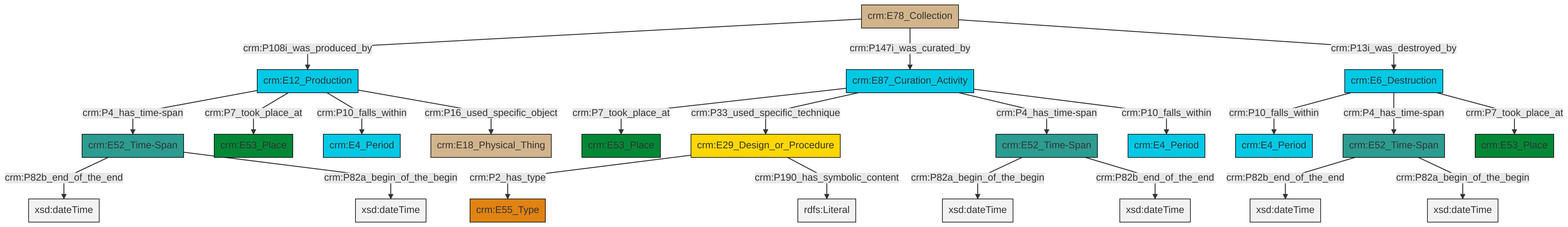
The Mermaid diagram et/archivalCSV/ttl/mmd/png/archival_existence.png in swiss-art-research-net/docs.swissartresearch, before a commit. Its source is kept beside it as et/archivalCSV/ttl/mmd/archival_existence.ttl.mmd.
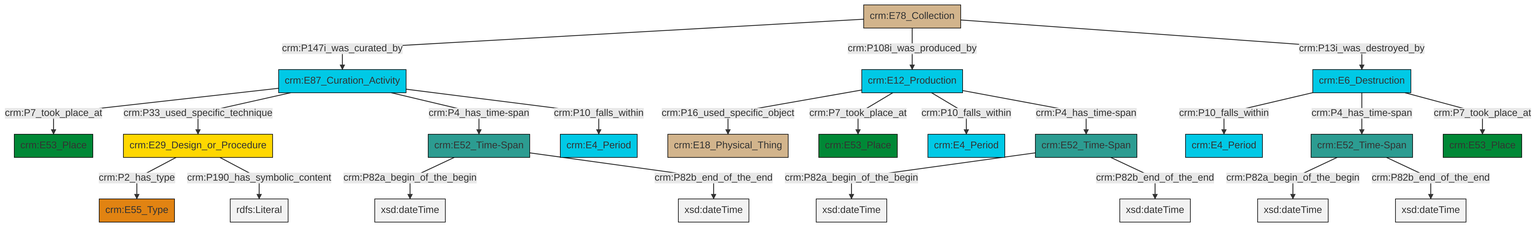
After the commit.

The edit, as a diff of the source:
```diff
@@ -13,25 +13,25 @@
 classDef PC_Classes fill:#4ce600, stroke:#000000;
 classDef Multi fill:#cccccc,stroke:#000000;
 
-0["crm:E12_Production"]:::Temporal_Entity -->|crm:P4_has_time-span| 1["crm:E52_Time-Span"]:::Time-Span
-0["crm:E12_Production"]:::Temporal_Entity -->|crm:P7_took_place_at| 2["crm:E53_Place"]:::Place
-9["crm:E29_Design_or_Procedure"]:::Conceptual_Object -->|crm:P2_has_type| 10["crm:E55_Type"]:::Type
-7["crm:E78_Collection"]:::Physical_Thing -->|crm:P108i_was_produced_by| 0["crm:E12_Production"]:::Temporal_Entity
-1["crm:E52_Time-Span"]:::Time-Span -->|crm:P82b_end_of_the_end| 12[xsd:dateTime]:::Literal
-13["crm:E52_Time-Span"]:::Time-Span -->|crm:P82b_end_of_the_end| 14[xsd:dateTime]:::Literal
-9["crm:E29_Design_or_Procedure"]:::Conceptual_Object -->|crm:P190_has_symbolic_content| 16[rdfs:Literal]:::Literal
-0["crm:E12_Production"]:::Temporal_Entity -->|crm:P10_falls_within| 5["crm:E4_Period"]:::Temporal_Entity
-19["crm:E87_Curation_Activity"]:::Temporal_Entity -->|crm:P7_took_place_at| 20["crm:E53_Place"]:::Place
-3["crm:E52_Time-Span"]:::Time-Span -->|crm:P82a_begin_of_the_begin| 21[xsd:dateTime]:::Literal
-0["crm:E12_Production"]:::Temporal_Entity -->|crm:P16_used_specific_object| 22["crm:E18_Physical_Thing"]:::Physical_Thing
-23["crm:E6_Destruction"]:::Temporal_Entity -->|crm:P10_falls_within| 24["crm:E4_Period"]:::Temporal_Entity
-19["crm:E87_Curation_Activity"]:::Temporal_Entity -->|crm:P33_used_specific_technique| 9["crm:E29_Design_or_Procedure"]:::Conceptual_Object
-19["crm:E87_Curation_Activity"]:::Temporal_Entity -->|crm:P4_has_time-span| 3["crm:E52_Time-Span"]:::Time-Span
-7["crm:E78_Collection"]:::Physical_Thing -->|crm:P147i_was_curated_by| 19["crm:E87_Curation_Activity"]:::Temporal_Entity
-23["crm:E6_Destruction"]:::Temporal_Entity -->|crm:P4_has_time-span| 13["crm:E52_Time-Span"]:::Time-Span
-19["crm:E87_Curation_Activity"]:::Temporal_Entity -->|crm:P10_falls_within| 17["crm:E4_Period"]:::Temporal_Entity
-3["crm:E52_Time-Span"]:::Time-Span -->|crm:P82b_end_of_the_end| 32[xsd:dateTime]:::Literal
-1["crm:E52_Time-Span"]:::Time-Span -->|crm:P82a_begin_of_the_begin| 33[xsd:dateTime]:::Literal
-13["crm:E52_Time-Span"]:::Time-Span -->|crm:P82a_begin_of_the_begin| 34[xsd:dateTime]:::Literal
-23["crm:E6_Destruction"]:::Temporal_Entity -->|crm:P7_took_place_at| 35["crm:E53_Place"]:::Place
-7["crm:E78_Collection"]:::Physical_Thing -->|crm:P13i_was_destroyed_by| 23["crm:E6_Destruction"]:::Temporal_Entity
+0["crm:E12_Production"]:::Temporal_Entity -->|crm:P16_used_specific_object| 1["crm:E18_Physical_Thing"]:::Physical_Thing
+2["crm:E87_Curation_Activity"]:::Temporal_Entity -->|crm:P7_took_place_at| 3["crm:E53_Place"]:::Place
+4["crm:E52_Time-Span"]:::Time-Span -->|crm:P82a_begin_of_the_begin| 5[xsd:dateTime]:::Literal
+4["crm:E52_Time-Span"]:::Time-Span -->|crm:P82b_end_of_the_end| 8[xsd:dateTime]:::Literal
+2["crm:E87_Curation_Activity"]:::Temporal_Entity -->|crm:P33_used_specific_technique| 12["crm:E29_Design_or_Procedure"]:::Conceptual_Object
+9["crm:E52_Time-Span"]:::Time-Span -->|crm:P82a_begin_of_the_begin| 15[xsd:dateTime]:::Literal
+16["crm:E78_Collection"]:::Physical_Thing -->|crm:P147i_was_curated_by| 2["crm:E87_Curation_Activity"]:::Temporal_Entity
+25["crm:E6_Destruction"]:::Temporal_Entity -->|crm:P10_falls_within| 13["crm:E4_Period"]:::Temporal_Entity
+0["crm:E12_Production"]:::Temporal_Entity -->|crm:P7_took_place_at| 19["crm:E53_Place"]:::Place
+2["crm:E87_Curation_Activity"]:::Temporal_Entity -->|crm:P4_has_time-span| 4["crm:E52_Time-Span"]:::Time-Span
+0["crm:E12_Production"]:::Temporal_Entity -->|crm:P10_falls_within| 26["crm:E4_Period"]:::Temporal_Entity
+9["crm:E52_Time-Span"]:::Time-Span -->|crm:P82b_end_of_the_end| 27[xsd:dateTime]:::Literal
+2["crm:E87_Curation_Activity"]:::Temporal_Entity -->|crm:P10_falls_within| 6["crm:E4_Period"]:::Temporal_Entity
+12["crm:E29_Design_or_Procedure"]:::Conceptual_Object -->|crm:P2_has_type| 23["crm:E55_Type"]:::Type
+16["crm:E78_Collection"]:::Physical_Thing -->|crm:P108i_was_produced_by| 0["crm:E12_Production"]:::Temporal_Entity
+25["crm:E6_Destruction"]:::Temporal_Entity -->|crm:P4_has_time-span| 29["crm:E52_Time-Span"]:::Time-Span
+0["crm:E12_Production"]:::Temporal_Entity -->|crm:P4_has_time-span| 9["crm:E52_Time-Span"]:::Time-Span
+29["crm:E52_Time-Span"]:::Time-Span -->|crm:P82a_begin_of_the_begin| 36[xsd:dateTime]:::Literal
+29["crm:E52_Time-Span"]:::Time-Span -->|crm:P82b_end_of_the_end| 37[xsd:dateTime]:::Literal
+16["crm:E78_Collection"]:::Physical_Thing -->|crm:P13i_was_destroyed_by| 25["crm:E6_Destruction"]:::Temporal_Entity
+12["crm:E29_Design_or_Procedure"]:::Conceptual_Object -->|crm:P190_has_symbolic_content| 38[rdfs:Literal]:::Literal
+25["crm:E6_Destruction"]:::Temporal_Entity -->|crm:P7_took_place_at| 21["crm:E53_Place"]:::Place
```
